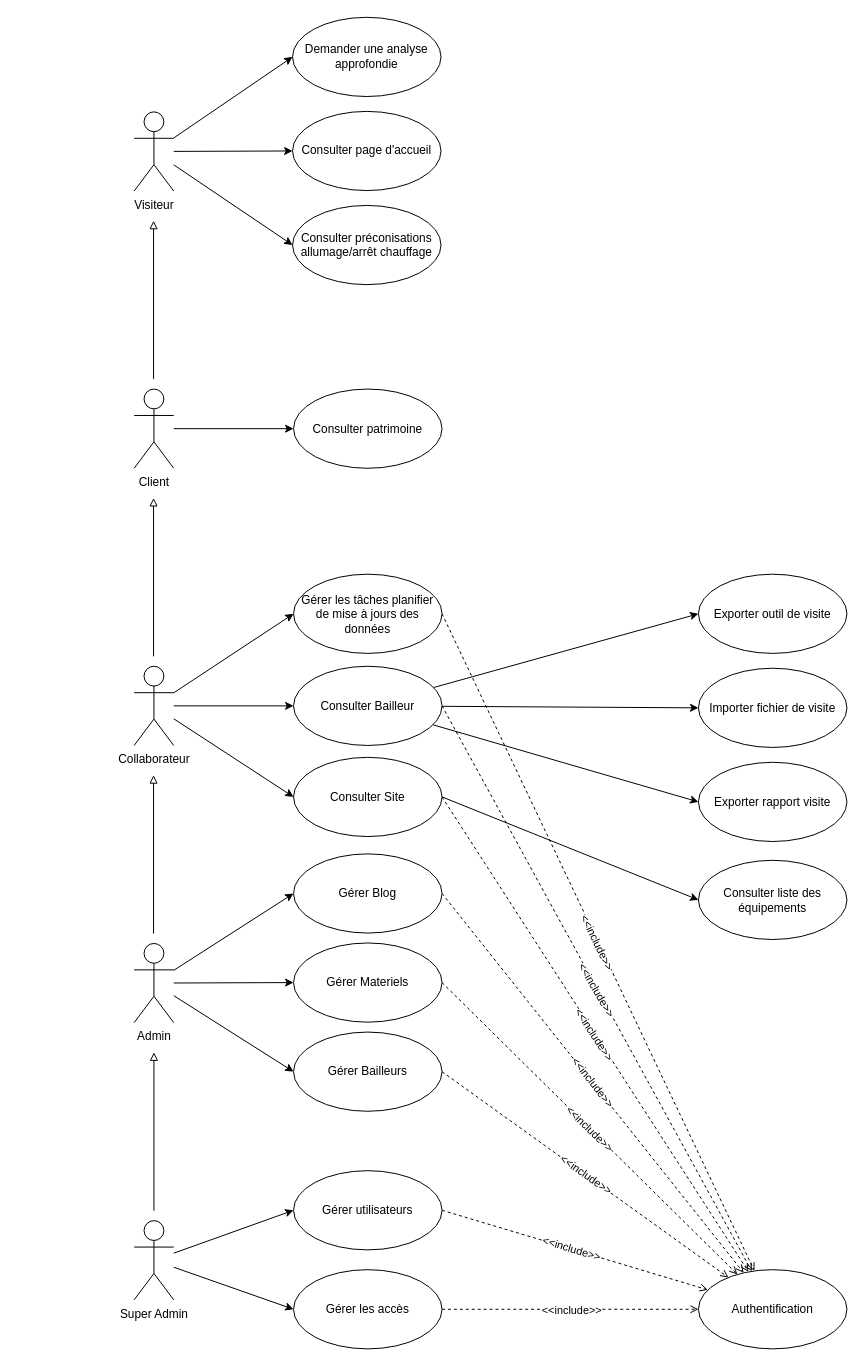
Before: useCaseDiagGlobale.drawio in mbaananou/diagramsPipelette, a draw.io diagram. Source tidied: cells renumbered, new cells numbered last; positions are measured from the earlier drawing's top-left corner, leaving out a move shared by most shapes. Both pictures are drawn from the tidied source at 99%, with x=0, y=0 at pixel (134, 17).
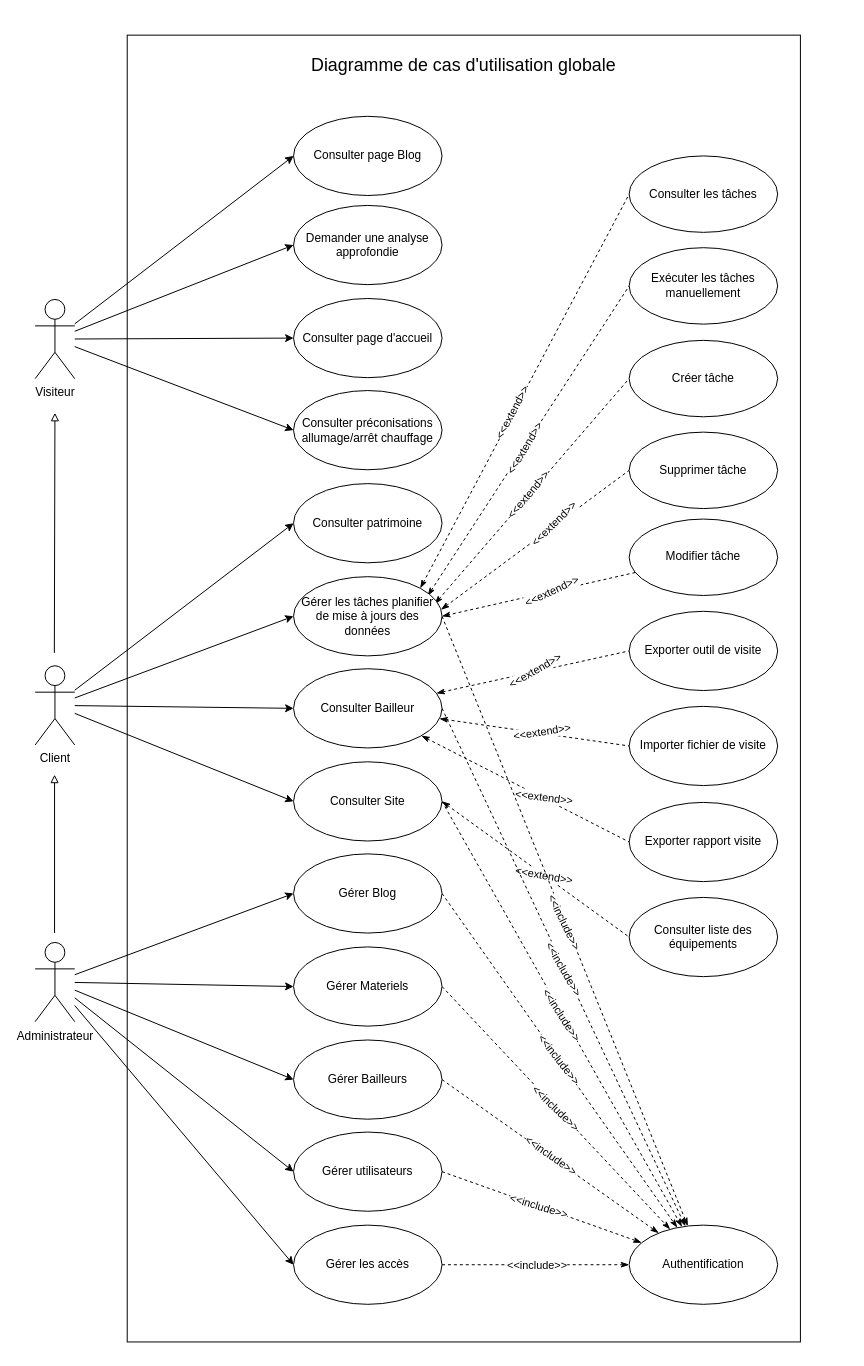
After the change.

The change refers to these unchanged cells:
```xml
<mxCell id="48" value="Gérer Blog" style="ellipse;whiteSpace=wrap;html=1;" parent="1" vertex="1">
  <mxGeometry x="161" y="845" width="150" height="80" as="geometry" />
</mxCell>
```

What changed in the source:
```diff
@@
+    <mxCell id="61" style="rounded=0;whiteSpace=wrap;html=1;" parent="1" vertex="1">
+      <mxGeometry x="-7" y="18" width="680" height="1320" as="geometry" />
+    </mxCell>
-    <mxCell id="2" style="rounded=0;jettySize=auto;html=1;entryX=0;entryY=0.5;entryDx=0;entryDy=0;" parent="1" edge="1" source="4" target="42">
+    <mxCell id="2" style="rounded=0;jettySize=auto;html=1;entryX=0;entryY=0.5;entryDx=0;entryDy=0;" parent="1" edge="1" source="8" target="42">
       <mxGeometry relative="1" as="geometry" />
     </mxCell>
-    <mxCell id="3" style="rounded=0;jettySize=auto;html=1;entryX=0;entryY=0.5;entryDx=0;entryDy=0;" parent="1" edge="1" source="4" target="45">
+    <mxCell id="3" style="rounded=0;jettySize=auto;html=1;entryX=0;entryY=0.5;entryDx=0;entryDy=0;" parent="1" edge="1" source="8" target="45">
       <mxGeometry relative="1" as="geometry" />
     </mxCell>
-    <mxCell id="4" value="Super Admin" style="shape=umlActor;verticalLabelPosition=bottom;verticalAlign=top;html=1;" parent="1" vertex="1">
-      <mxGeometry y="1215.5" width="40" height="80" as="geometry" />
-    </mxCell>
@@
-    <mxCell id="8" value="Admin" style="shape=umlActor;verticalLabelPosition=bottom;verticalAlign=top;html=1;" parent="1" vertex="1">
-      <mxGeometry y="935.5" width="40" height="80" as="geometry" />
+    <mxCell id="8" value="Administrateur" style="shape=umlActor;verticalLabelPosition=bottom;verticalAlign=top;html=1;" parent="1" vertex="1">
+      <mxGeometry x="-100" y="934.5" width="40" height="80" as="geometry" />
     </mxCell>
@@
-    <mxCell id="12" value="Collaborateur&lt;div&gt;&lt;br&gt;&lt;/div&gt;" style="shape=umlActor;verticalLabelPosition=bottom;verticalAlign=top;html=1;" parent="1" vertex="1">
-      <mxGeometry y="655.5" width="40" height="80" as="geometry" />
+    <mxCell id="12" value="&lt;div&gt;Client&lt;/div&gt;" style="shape=umlActor;verticalLabelPosition=bottom;verticalAlign=top;html=1;" parent="1" vertex="1">
+      <mxGeometry x="-100" y="655" width="40" height="80" as="geometry" />
     </mxCell>
-    <mxCell id="13" style="rounded=0;jettySize=auto;html=1;entryX=0;entryY=0.5;entryDx=0;entryDy=0;" parent="1" edge="1" source="14" target="29">
+    <mxCell id="13" style="rounded=0;jettySize=auto;html=1;entryX=0;entryY=0.5;entryDx=0;entryDy=0;" parent="1" edge="1" source="12" target="29">
       <mxGeometry relative="1" as="geometry" />
     </mxCell>
-    <mxCell id="14" value="&lt;div&gt;Client&lt;/div&gt;" style="shape=umlActor;verticalLabelPosition=bottom;verticalAlign=top;html=1;" parent="1" vertex="1">
-      <mxGeometry y="375.5" width="40" height="80" as="geometry" />
-    </mxCell>
@@
     <mxCell id="18" value="&lt;div&gt;Visiteur&lt;/div&gt;" style="shape=umlActor;verticalLabelPosition=bottom;verticalAlign=top;html=1;" parent="1" vertex="1">
-      <mxGeometry y="95.5" width="40" height="80" as="geometry" />
+      <mxGeometry x="-100" y="285" width="40" height="80" as="geometry" />
     </mxCell>
-    <mxCell id="19" style="rounded=0;jettySize=auto;html=1;entryX=0;entryY=0.5;entryDx=0;entryDy=0;" parent="1" edge="1" source="25" target="55">
+    <mxCell id="19" style="rounded=0;jettySize=auto;html=1;entryX=0;entryY=0.5;entryDx=0;entryDy=0;endArrow=none;endFill=0;startArrow=classicThin;startFill=1;dashed=1;" parent="1" edge="1" source="25" target="55">
       <mxGeometry relative="1" as="geometry" />
     </mxCell>
+    <mxCell id="62" value="&amp;lt;&amp;lt;extend&amp;gt;&amp;gt;" style="edgeLabel;html=1;align=center;verticalAlign=middle;rotation=-30;" parent="19" vertex="1">
+      <mxGeometry x="0.02" y="1" relative="1" as="geometry" />
+    </mxCell>
-    <mxCell id="20" style="rounded=0;jettySize=auto;html=1;entryX=0;entryY=0.5;entryDx=0;entryDy=0;" parent="1" edge="1" source="25" target="56">
+    <mxCell id="20" style="rounded=0;jettySize=auto;html=1;entryX=0;entryY=0.5;entryDx=0;entryDy=0;endArrow=none;endFill=0;startArrow=classicThin;startFill=1;dashed=1;" parent="1" edge="1" source="25" target="56">
       <mxGeometry relative="1" as="geometry" />
     </mxCell>
+    <mxCell id="63" value="&amp;lt;&amp;lt;extend&amp;gt;&amp;gt;" style="edgeLabel;html=1;align=center;verticalAlign=middle;rotation=-9;" parent="20" vertex="1">
+      <mxGeometry x="0.07" y="2" relative="1" as="geometry" />
+    </mxCell>
-    <mxCell id="21" style="rounded=0;jettySize=auto;html=1;entryX=0;entryY=0.5;entryDx=0;entryDy=0;exitX=1;exitY=0.5;exitDx=0;exitDy=0;" parent="1" edge="1" source="28" target="54">
+    <mxCell id="21" style="rounded=0;jettySize=auto;html=1;entryX=0;entryY=0.5;entryDx=0;entryDy=0;exitX=1;exitY=0.5;exitDx=0;exitDy=0;endArrow=none;endFill=0;startArrow=classicThin;startFill=1;dashed=1;" parent="1" edge="1" source="28" target="54">
       <mxGeometry relative="1" as="geometry" />
     </mxCell>
+    <mxCell id="64" value="&amp;lt;&amp;lt;extend&amp;gt;&amp;gt;" style="edgeLabel;html=1;align=center;verticalAlign=middle;rotation=10;" parent="21" vertex="1">
+      <mxGeometry x="0.09" relative="1" as="geometry" />
+    </mxCell>
-    <mxCell id="22" style="rounded=0;jettySize=auto;html=1;entryX=0;entryY=0.5;entryDx=0;entryDy=0;" parent="1" edge="1" source="25" target="53">
+    <mxCell id="22" style="rounded=0;jettySize=auto;html=1;entryX=0;entryY=0.5;entryDx=0;entryDy=0;endArrow=none;endFill=0;startArrow=classicThin;startFill=1;dashed=1;" parent="1" edge="1" source="25" target="53">
       <mxGeometry relative="1" as="geometry" />
     </mxCell>
+    <mxCell id="65" value="&amp;lt;&amp;lt;extend&amp;gt;&amp;gt;" style="edgeLabel;html=1;align=center;verticalAlign=middle;rotation=7;" parent="22" vertex="1">
+      <mxGeometry x="0.17" y="1" relative="1" as="geometry" />
+    </mxCell>
-    <mxCell id="23" style="rounded=0;jettySize=auto;html=1;dashed=1;endArrow=open;endFill=0;exitX=1;exitY=0.5;exitDx=0;exitDy=0;" parent="1" edge="1" source="25" target="60">
+    <mxCell id="23" style="rounded=0;jettySize=auto;html=1;dashed=1;endArrow=classicThin;endFill=1;exitX=1;exitY=0.5;exitDx=0;exitDy=0;" parent="1" edge="1" source="25" target="60">
       <mxGeometry relative="1" as="geometry" />
     </mxCell>
@@
     <mxCell id="25" value="Consulter Bailleur" style="ellipse;whiteSpace=wrap;html=1;" parent="1" vertex="1">
-      <mxGeometry x="161" y="655.5" width="150" height="80" as="geometry" />
+      <mxGeometry x="161" y="658" width="150" height="80" as="geometry" />
     </mxCell>
-    <mxCell id="26" style="rounded=0;jettySize=auto;html=1;dashed=1;endArrow=open;endFill=0;exitX=1;exitY=0.5;exitDx=0;exitDy=0;" parent="1" edge="1" source="28" target="60">
+    <mxCell id="26" style="rounded=0;jettySize=auto;html=1;dashed=1;endArrow=classicThin;endFill=1;exitX=1;exitY=0.5;exitDx=0;exitDy=0;" parent="1" edge="1" source="28" target="60">
       <mxGeometry relative="1" as="geometry" />
     </mxCell>
@@
     <mxCell id="28" value="Consulter Site" style="ellipse;whiteSpace=wrap;html=1;" parent="1" vertex="1">
-      <mxGeometry x="161" y="747.5" width="150" height="80" as="geometry" />
+      <mxGeometry x="161" y="752" width="150" height="80" as="geometry" />
     </mxCell>
     <mxCell id="29" value="Consulter patrimoine" style="ellipse;whiteSpace=wrap;html=1;" parent="1" vertex="1">
-      <mxGeometry x="161" y="375.5" width="150" height="80" as="geometry" />
+      <mxGeometry x="161" y="471" width="150" height="80" as="geometry" />
     </mxCell>
-    <mxCell id="30" style="rounded=0;orthogonalLoop=1;jettySize=auto;html=1;endArrow=block;endFill=0;" parent="1" edge="1">
-      <mxGeometry relative="1" as="geometry">
-        <mxPoint x="20" y="1205.5" as="sourcePoint" />
-        <mxPoint x="20" y="1045.5" as="targetPoint" />
-      </mxGeometry>
-    </mxCell>
     <mxCell id="31" style="rounded=0;orthogonalLoop=1;jettySize=auto;html=1;endArrow=block;endFill=0;" parent="1" edge="1">
       <mxGeometry relative="1" as="geometry">
-        <mxPoint x="19.6" y="925.5" as="sourcePoint" />
-        <mxPoint x="19.6" y="765.5" as="targetPoint" />
+        <mxPoint x="-80.4" y="925" as="sourcePoint" />
+        <mxPoint x="-80.4" y="765" as="targetPoint" />
       </mxGeometry>
     </mxCell>
-    <mxCell id="32" style="rounded=0;orthogonalLoop=1;jettySize=auto;html=1;endArrow=block;endFill=0;" parent="1" edge="1">
-      <mxGeometry relative="1" as="geometry">
-        <mxPoint x="19.6" y="645.5" as="sourcePoint" />
-        <mxPoint x="19.6" y="485.5" as="targetPoint" />
-      </mxGeometry>
-    </mxCell>
-    <mxCell id="33" style="rounded=0;orthogonalLoop=1;jettySize=auto;html=1;endArrow=block;endFill=0;" parent="1" edge="1">
-      <mxGeometry relative="1" as="geometry">
-        <mxPoint x="19.6" y="365.5" as="sourcePoint" />
-        <mxPoint x="19.6" y="205.5" as="targetPoint" />
-      </mxGeometry>
-    </mxCell>
-    <mxCell id="34" style="rounded=0;jettySize=auto;html=1;dashed=1;endArrow=open;endFill=0;exitX=1;exitY=0.5;exitDx=0;exitDy=0;" parent="1" edge="1" source="36" target="60">
+    <mxCell id="34" style="rounded=0;jettySize=auto;html=1;dashed=1;endArrow=classicThin;endFill=1;exitX=1;exitY=0.5;exitDx=0;exitDy=0;" parent="1" edge="1" source="36" target="60">
       <mxGeometry relative="1" as="geometry" />
     </mxCell>
@@
     <mxCell id="36" value="Gérer Bailleurs" style="ellipse;whiteSpace=wrap;html=1;" parent="1" vertex="1">
-      <mxGeometry x="161" y="1025" width="150" height="80" as="geometry" />
+      <mxGeometry x="161" y="1033" width="150" height="80" as="geometry" />
     </mxCell>
-    <mxCell id="37" style="rounded=0;jettySize=auto;html=1;dashed=1;endArrow=open;endFill=0;exitX=1;exitY=0.5;exitDx=0;exitDy=0;" parent="1" edge="1" source="39" target="60">
+    <mxCell id="37" style="rounded=0;jettySize=auto;html=1;dashed=1;endArrow=classicThin;endFill=1;exitX=1;exitY=0.5;exitDx=0;exitDy=0;" parent="1" edge="1" source="39" target="60">
       <mxGeometry relative="1" as="geometry" />
     </mxCell>
@@
     <mxCell id="39" value="Gérer Materiels" style="ellipse;whiteSpace=wrap;html=1;" parent="1" vertex="1">
-      <mxGeometry x="161" y="935" width="150" height="80" as="geometry" />
+      <mxGeometry x="161" y="939" width="150" height="80" as="geometry" />
     </mxCell>
-    <mxCell id="40" style="rounded=0;jettySize=auto;html=1;dashed=1;endArrow=open;endFill=0;exitX=1;exitY=0.5;exitDx=0;exitDy=0;" parent="1" edge="1" source="42" target="60">
+    <mxCell id="40" style="rounded=0;jettySize=auto;html=1;dashed=1;endArrow=classicThin;endFill=1;exitX=1;exitY=0.5;exitDx=0;exitDy=0;" parent="1" edge="1" source="42" target="60">
       <mxGeometry relative="1" as="geometry" />
     </mxCell>
@@
     <mxCell id="42" value="Gérer utilisateurs" style="ellipse;whiteSpace=wrap;html=1;" parent="1" vertex="1">
-      <mxGeometry x="161" y="1165" width="150" height="80" as="geometry" />
+      <mxGeometry x="161" y="1126" width="150" height="80" as="geometry" />
     </mxCell>
-    <mxCell id="43" style="rounded=0;jettySize=auto;html=1;dashed=1;endArrow=open;endFill=0;exitX=1;exitY=0.5;exitDx=0;exitDy=0;" parent="1" edge="1" source="45" target="60">
+    <mxCell id="43" style="rounded=0;jettySize=auto;html=1;dashed=1;endArrow=classicThin;endFill=1;exitX=1;exitY=0.5;exitDx=0;exitDy=0;" parent="1" edge="1" source="45" target="60">
       <mxGeometry relative="1" as="geometry" />
     </mxCell>
@@
     <mxCell id="45" value="Gérer les a&lt;span style=&quot;background-color: initial;&quot;&gt;ccès&lt;/span&gt;" style="ellipse;whiteSpace=wrap;html=1;" parent="1" vertex="1">
-      <mxGeometry x="161" y="1265" width="150" height="80" as="geometry" />
+      <mxGeometry x="161" y="1220" width="150" height="80" as="geometry" />
     </mxCell>
-    <mxCell id="46" style="rounded=0;jettySize=auto;html=1;dashed=1;endArrow=open;endFill=0;exitX=1;exitY=0.5;exitDx=0;exitDy=0;" parent="1" edge="1" source="48" target="60">
+    <mxCell id="46" style="rounded=0;jettySize=auto;html=1;dashed=1;endArrow=classicThin;endFill=1;exitX=1;exitY=0.5;exitDx=0;exitDy=0;" parent="1" edge="1" source="48" target="60">
       <mxGeometry relative="1" as="geometry" />
     </mxCell>
@@
-    <mxCell id="50" style="rounded=0;jettySize=auto;html=1;dashed=1;endArrow=open;endFill=0;exitX=1;exitY=0.5;exitDx=0;exitDy=0;" parent="1" edge="1" source="52" target="60">
+    <mxCell id="50" style="rounded=0;jettySize=auto;html=1;dashed=1;endArrow=classicThin;endFill=1;exitX=1;exitY=0.5;exitDx=0;exitDy=0;" parent="1" edge="1" source="52" target="60">
       <mxGeometry relative="1" as="geometry" />
     </mxCell>
@@
+    <mxCell id="66" style="rounded=0;jettySize=auto;html=1;entryX=0;entryY=0.5;entryDx=0;entryDy=0;exitX=1;exitY=0;exitDx=0;exitDy=0;endArrow=none;endFill=0;startArrow=classicThin;startFill=1;dashed=1;" parent="1" edge="1" source="52" target="82">
+      <mxGeometry relative="1" as="geometry" />
+    </mxCell>
+    <mxCell id="67" value="&amp;lt;&amp;lt;extend&amp;gt;&amp;gt;" style="edgeLabel;html=1;align=center;verticalAlign=middle;rotation=-62;" parent="66" vertex="1">
+      <mxGeometry x="-0.11" y="1" relative="1" as="geometry" />
+    </mxCell>
+    <mxCell id="68" style="rounded=0;jettySize=auto;html=1;exitX=0.904;exitY=0.241;exitDx=0;exitDy=0;exitPerimeter=0;entryX=0;entryY=0.5;entryDx=0;entryDy=0;endArrow=none;endFill=0;startArrow=classicThin;startFill=1;dashed=1;" parent="1" edge="1" source="52" target="83">
+      <mxGeometry relative="1" as="geometry" />
+    </mxCell>
+    <mxCell id="69" value="&amp;lt;&amp;lt;extend&amp;gt;&amp;gt;" style="edgeLabel;html=1;align=center;verticalAlign=middle;rotation=-59;" parent="68" vertex="1">
+      <mxGeometry x="-0.05" y="-1" relative="1" as="geometry" />
+    </mxCell>
+    <mxCell id="70" style="rounded=0;jettySize=auto;html=1;exitX=0.951;exitY=0.344;exitDx=0;exitDy=0;exitPerimeter=0;entryX=0;entryY=0.5;entryDx=0;entryDy=0;endArrow=none;endFill=0;startArrow=classicThin;startFill=1;dashed=1;" parent="1" edge="1" source="52" target="80">
+      <mxGeometry relative="1" as="geometry" />
+    </mxCell>
+    <mxCell id="71" value="&amp;lt;&amp;lt;extend&amp;gt;&amp;gt;" style="edgeLabel;html=1;align=center;verticalAlign=middle;rotation=-50;" parent="70" vertex="1">
+      <mxGeometry x="-0.04" y="1" relative="1" as="geometry" />
+    </mxCell>
+    <mxCell id="72" style="rounded=0;jettySize=auto;html=1;exitX=0.993;exitY=0.417;exitDx=0;exitDy=0;entryX=0;entryY=0.5;entryDx=0;entryDy=0;endArrow=none;endFill=0;startArrow=classicThin;startFill=1;dashed=1;exitPerimeter=0;" parent="1" edge="1" source="52" target="81">
+      <mxGeometry relative="1" as="geometry" />
+    </mxCell>
+    <mxCell id="73" value="&amp;lt;&amp;lt;extend&amp;gt;&amp;gt;" style="edgeLabel;html=1;align=center;verticalAlign=middle;rotation=-45;" parent="72" vertex="1">
+      <mxGeometry x="0.18" y="-1" relative="1" as="geometry">
+        <mxPoint y="-4" as="offset" />
+      </mxGeometry>
+    </mxCell>
     <mxCell id="52" value="Gérer les tâches planifier de mise à jours des données" style="ellipse;whiteSpace=wrap;html=1;" parent="1" vertex="1">
-      <mxGeometry x="161" y="562.5" width="150" height="80" as="geometry" />
+      <mxGeometry x="161" y="565" width="150" height="80" as="geometry" />
     </mxCell>
+    <mxCell id="57" value="Demander une analyse approfondie" style="ellipse;whiteSpace=wrap;html=1;" parent="1" vertex="1">
+      <mxGeometry x="161" y="190" width="150" height="80" as="geometry" />
+    </mxCell>
+    <mxCell id="58" value="Consulter page d'accueil" style="ellipse;whiteSpace=wrap;html=1;" parent="1" vertex="1">
+      <mxGeometry x="161" y="284" width="150" height="80" as="geometry" />
+    </mxCell>
+    <mxCell id="59" value="Consulter préconisations allumage/arrêt chauffage" style="ellipse;whiteSpace=wrap;html=1;" parent="1" vertex="1">
+      <mxGeometry x="161" y="377" width="150" height="80" as="geometry" />
+    </mxCell>
+    <mxCell id="60" value="Authentification" style="ellipse;whiteSpace=wrap;html=1;" parent="1" vertex="1">
+      <mxGeometry x="500" y="1220" width="150" height="80" as="geometry" />
+    </mxCell>
+    <mxCell id="74" style="group;flipH=1;" parent="1" vertex="1">
+      <mxGeometry x="500" y="600" width="150" height="369" as="geometry" />
+    </mxCell>
-    <mxCell id="53" value="Exporter rapport visite" style="ellipse;whiteSpace=wrap;html=1;" parent="1" vertex="1">
-      <mxGeometry x="570" y="752.5" width="150" height="80" as="geometry" />
+    <mxCell id="53" value="Exporter rapport visite" style="ellipse;whiteSpace=wrap;html=1;" parent="74" vertex="1">
+      <mxGeometry y="193" width="150" height="80" as="geometry" />
     </mxCell>
-    <mxCell id="54" value="Consulter liste des équipements" style="ellipse;whiteSpace=wrap;html=1;" parent="1" vertex="1">
-      <mxGeometry x="570" y="851.5" width="150" height="80" as="geometry" />
+    <mxCell id="54" value="Consulter liste des équipements" style="ellipse;whiteSpace=wrap;html=1;" parent="74" vertex="1">
+      <mxGeometry y="289" width="150" height="80" as="geometry" />
     </mxCell>
-    <mxCell id="55" value="Exporter outil de visite" style="ellipse;whiteSpace=wrap;html=1;" parent="1" vertex="1">
-      <mxGeometry x="570" y="562.5" width="150" height="80" as="geometry" />
+    <mxCell id="55" value="Exporter outil de visite" style="ellipse;whiteSpace=wrap;html=1;" parent="74" vertex="1">
+      <mxGeometry width="150" height="80" as="geometry" />
     </mxCell>
-    <mxCell id="56" value="Importer fichier de visite" style="ellipse;whiteSpace=wrap;html=1;" parent="1" vertex="1">
-      <mxGeometry x="570" y="657.5" width="150" height="80" as="geometry" />
+    <mxCell id="56" value="Importer fichier de visite" style="ellipse;whiteSpace=wrap;html=1;" parent="74" vertex="1">
+      <mxGeometry y="96" width="150" height="80" as="geometry" />
     </mxCell>
-    <mxCell id="57" value="Demander une analyse approfondie" style="ellipse;whiteSpace=wrap;html=1;" parent="1" vertex="1">
-      <mxGeometry x="160" width="150" height="80" as="geometry" />
-    </mxCell>
-    <mxCell id="58" value="Consulter page d'accueil" style="ellipse;whiteSpace=wrap;html=1;" parent="1" vertex="1">
-      <mxGeometry x="160" y="95" width="150" height="80" as="geometry" />
-    </mxCell>
-    <mxCell id="59" value="Consulter préconisations allumage/arrêt chauffage" style="ellipse;whiteSpace=wrap;html=1;" parent="1" vertex="1">
-      <mxGeometry x="160" y="190" width="150" height="80" as="geometry" />
-    </mxCell>
-    <mxCell id="60" value="Authentification" style="ellipse;whiteSpace=wrap;html=1;" parent="1" vertex="1">
-      <mxGeometry x="570" y="1265" width="150" height="80" as="geometry" />
-    </mxCell>
+    <mxCell id="75" style="rounded=0;orthogonalLoop=1;jettySize=auto;html=1;endArrow=block;endFill=0;" parent="1" edge="1">
+      <mxGeometry relative="1" as="geometry">
+        <mxPoint x="-80.6" y="642" as="sourcePoint" />
+        <mxPoint x="-80" y="399.5" as="targetPoint" />
+      </mxGeometry>
+    </mxCell>
+    <mxCell id="76" value="Consulter page Blog" style="ellipse;whiteSpace=wrap;html=1;" parent="1" vertex="1">
+      <mxGeometry x="161" y="100" width="150" height="80" as="geometry" />
+    </mxCell>
+    <mxCell id="77" style="rounded=0;jettySize=auto;html=1;entryX=0;entryY=0.5;entryDx=0;entryDy=0;" parent="1" edge="1" source="18" target="76">
+      <mxGeometry relative="1" as="geometry" />
+    </mxCell>
+    <mxCell id="78" value="Diagramme de cas d'utilisation globale" style="text;html=1;align=center;verticalAlign=middle;whiteSpace=wrap;rounded=0;fontSize=18;" parent="1" vertex="1">
+      <mxGeometry x="148" y="30" width="370" height="38" as="geometry" />
+    </mxCell>
+    <mxCell id="79" style="group;flipH=1;" parent="1" vertex="1">
+      <mxGeometry x="500" y="140" width="150" height="444.1" as="geometry" />
+    </mxCell>
+    <mxCell id="80" value="Créer tâche" style="ellipse;whiteSpace=wrap;html=1;flipV=1;" parent="79" vertex="1">
+      <mxGeometry y="186.3" width="150" height="77.2" as="geometry" />
+    </mxCell>
+    <mxCell id="81" value="Supprimer tâche" style="ellipse;whiteSpace=wrap;html=1;flipV=1;" parent="79" vertex="1">
+      <mxGeometry y="279" width="150" height="77.2" as="geometry" />
+    </mxCell>
+    <mxCell id="82" value="Consulter les tâches" style="ellipse;whiteSpace=wrap;html=1;flipV=1;" parent="79" vertex="1">
+      <mxGeometry width="150" height="77.2" as="geometry" />
+    </mxCell>
+    <mxCell id="83" value="Exécuter les tâches manuellement" style="ellipse;whiteSpace=wrap;html=1;flipV=1;" parent="79" vertex="1">
+      <mxGeometry y="92.7" width="150" height="77.2" as="geometry" />
+    </mxCell>
+    <mxCell id="84" value="Modifier tâche" style="ellipse;whiteSpace=wrap;html=1;flipV=1;" parent="79" vertex="1">
+      <mxGeometry y="366.8" width="150" height="77.2" as="geometry" />
+    </mxCell>
+    <mxCell id="85" style="rounded=0;jettySize=auto;html=1;entryX=1;entryY=0.5;entryDx=0;entryDy=0;startArrow=none;startFill=0;endArrow=classicThin;endFill=1;dashed=1;" parent="1" edge="1" source="84" target="52">
+      <mxGeometry relative="1" as="geometry" />
+    </mxCell>
+    <mxCell id="86" value="&amp;lt;&amp;lt;extend&amp;gt;&amp;gt;" style="edgeLabel;html=1;align=center;verticalAlign=middle;rotation=-25;" parent="85" vertex="1">
+      <mxGeometry x="-0.13" relative="1" as="geometry" />
+    </mxCell>
```
